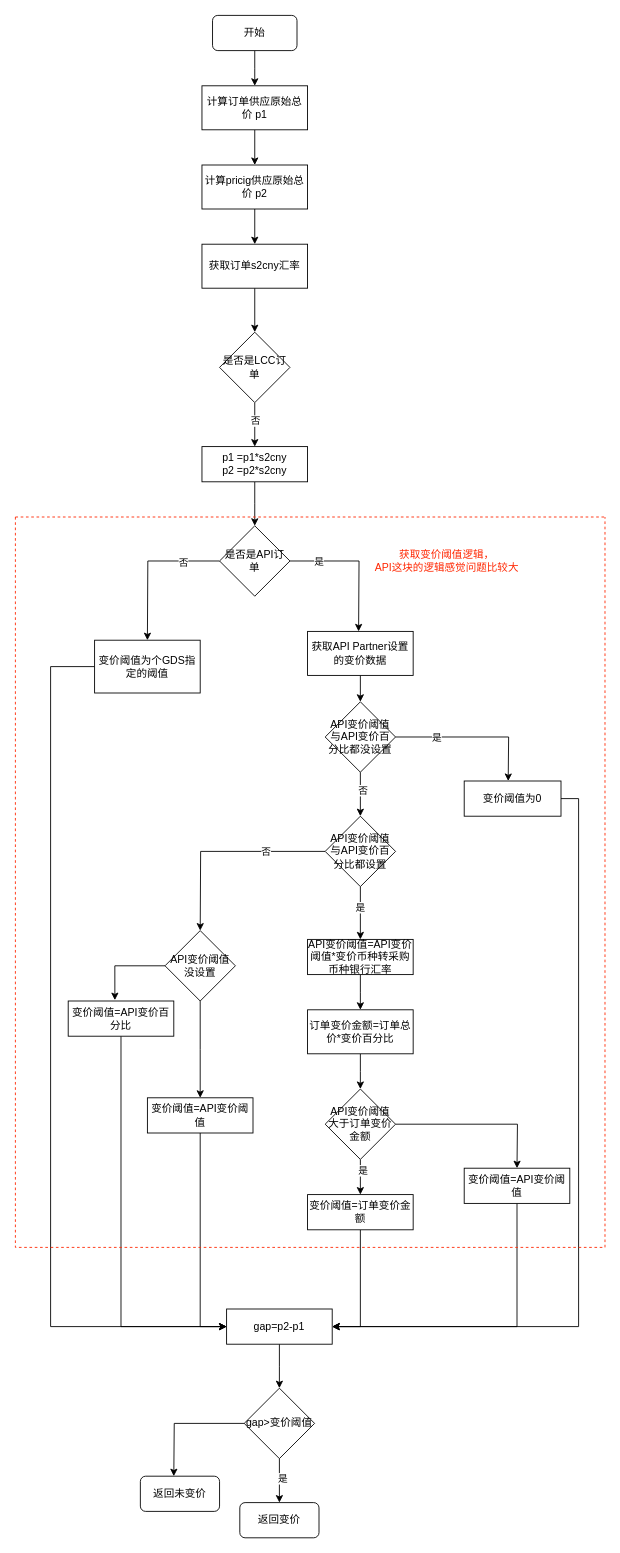
Earlier version of the draw.io diagram page "支付前校验公共价检查变价逻辑" (8 of 13) of pkfare/paycheck-refactor/支付前校验现状.drawio (zhangweixin/design-diagram). Source tidied: cells renumbered, new cells numbered last; positions are measured from the earlier drawing's top-left corner, leaving out a move shared by most shapes. Both pictures are drawn from the tidied source at 88%, with x=0, y=0 at pixel (15, 15).
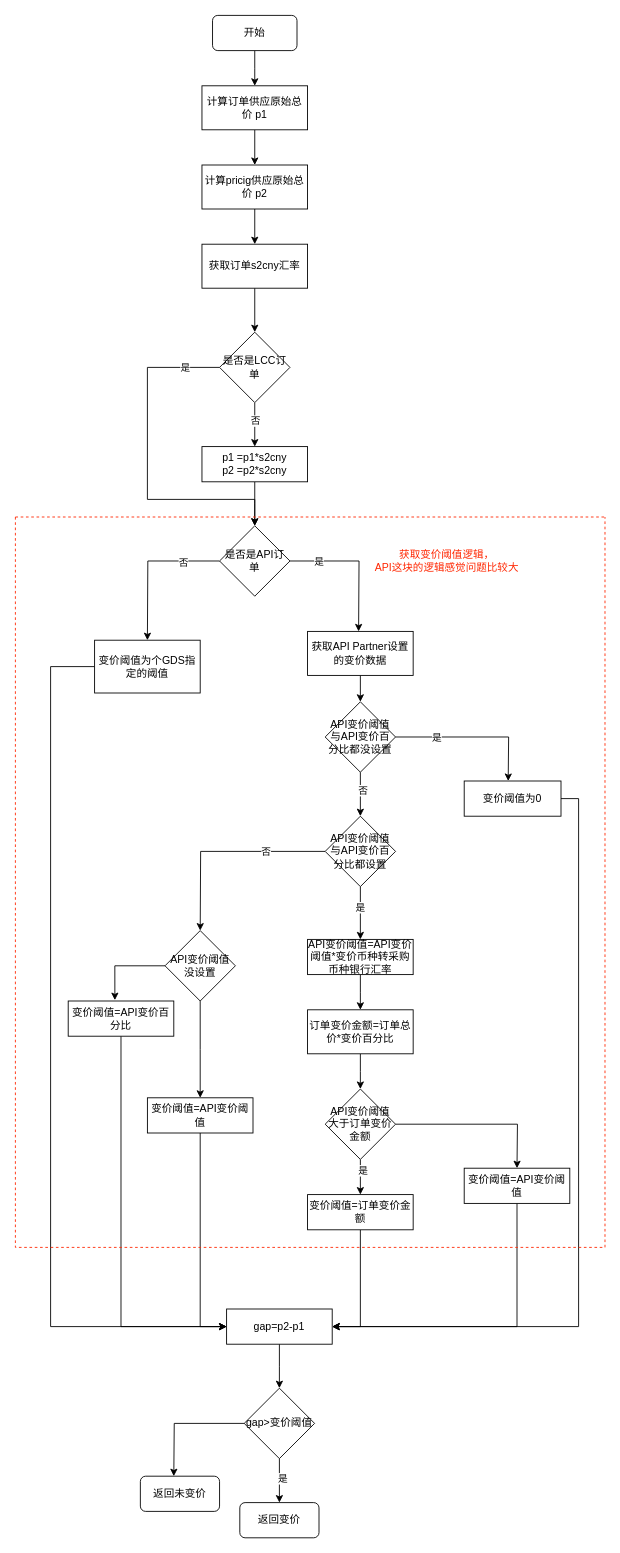
Above is the later version.

The change refers to these unchanged cells:
```xml
<mxCell id="12" value="是否是LCC订单" style="rhombus;whiteSpace=wrap;html=1;strokeColor=#000000;" parent="1" vertex="1">
  <mxGeometry x="232" y="360" width="80" height="80" as="geometry" />
</mxCell>
<mxCell id="19" value="是否是API订单" style="rhombus;whiteSpace=wrap;html=1;strokeColor=#000000;" parent="1" vertex="1">
  <mxGeometry x="232" y="580" width="80" height="80" as="geometry" />
</mxCell>
```

The edit, as a diff of the source:
```diff
@@
+    <mxCell id="65" style="edgeStyle=orthogonalEdgeStyle;rounded=0;jettySize=auto;html=1;exitX=0;exitY=0.5;exitDx=0;exitDy=0;entryX=0.5;entryY=0;entryDx=0;entryDy=0;" parent="1" edge="1" source="12" target="19">
+      <mxGeometry relative="1" as="geometry">
+        <Array as="points">
+          <mxPoint x="150" y="400" />
+          <mxPoint x="150" y="550" />
+          <mxPoint x="272" y="550" />
+        </Array>
+      </mxGeometry>
+    </mxCell>
+    <mxCell id="66" value="是" style="edgeLabel;html=1;align=center;verticalAlign=middle;" parent="65" vertex="1">
+      <mxGeometry x="-0.79" relative="1" as="geometry" />
+    </mxCell>
```
